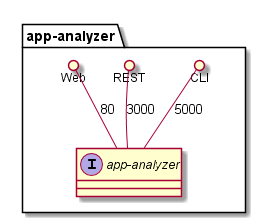
Earlier version of the PlantUML export docs/Solution/Services/app-analyzer/Logical.png (CAADE/C3).
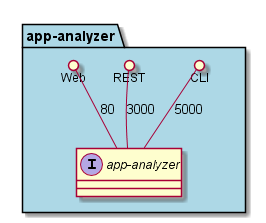
Above is the later version.

What changed in the source:
```diff
@@ -1,6 +1,6 @@
 @startuml
 
-package "app-analyzer" {
+package "app-analyzer" #lightblue {
     interface "app-analyzer" {
 
     }
```
